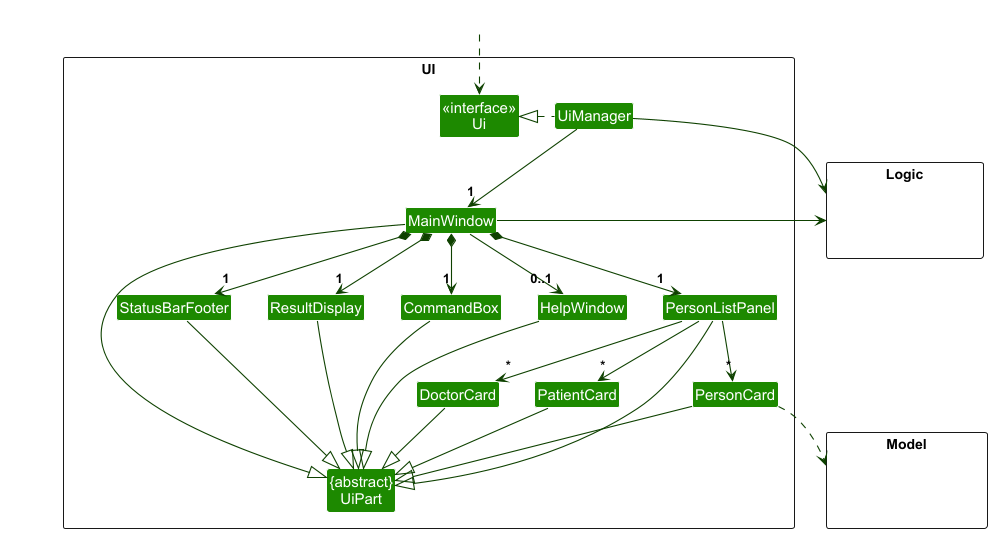
Before: docs/images/UiClassDiagram.png, a diagram exported from PlantUML (nus-cs2103-AY2425S1/tp).
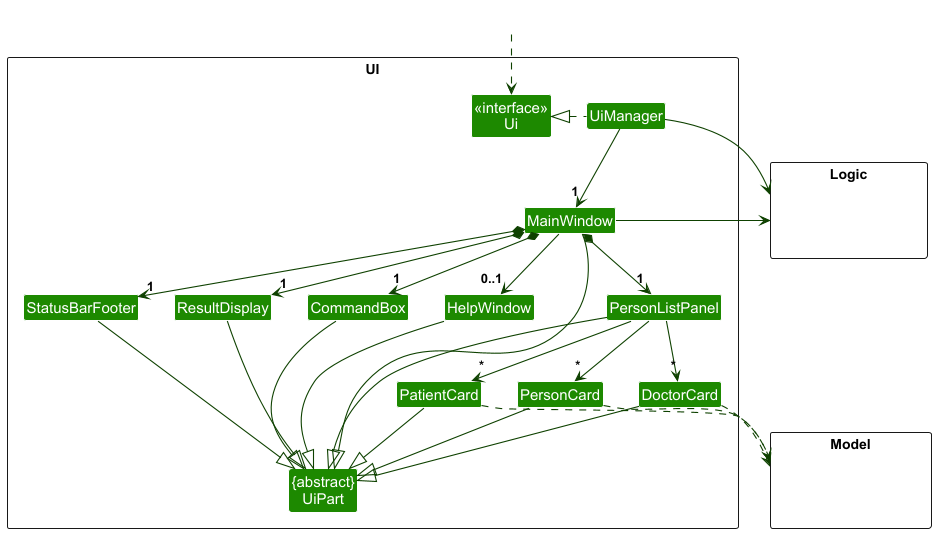
The same file after the commit.

Commit message:
Change UML diagram for Ui

What changed in the source:
```diff
@@ -54,6 +54,8 @@
 HelpWindow --|> UiPart
 
 PersonCard ..> Model
+DoctorCard ..> Model
+PatientCard ..> Model
 UiManager -right-> Logic
 MainWindow -left-> Logic
 
```
